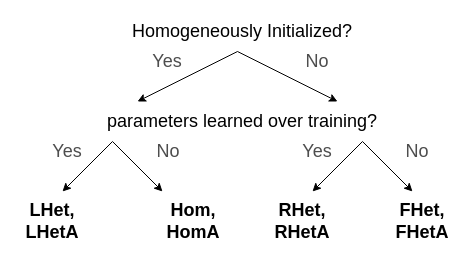
Earlier version of the draw.io diagram models/results/paper_figures/modeltypes_schematic.drawio (AllenInstitute/GLIFS_ASC). Source tidied: cells renumbered, new cells numbered last; positions are measured from the earlier drawing's top-left corner, leaving out a move shared by most shapes. Both pictures are drawn from the tidied source at 100%, with x=0, y=0 at pixel (32, 21).
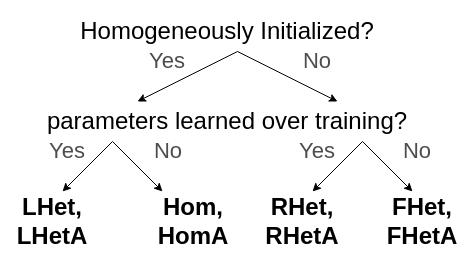
Above is the later version.

Change to the diagram source:
```diff
@@
-    <mxCell id="2" value="Homogeneously Initialized?" style="text;html=1;strokeColor=none;fillColor=none;align=center;verticalAlign=middle;whiteSpace=wrap;rounded=0;fontSize=18;fontStyle=0;" parent="1" vertex="1">
-      <mxGeometry x="65" width="290" height="20" as="geometry" />
+    <mxCell id="2" value="Homogeneously Initialized?" style="text;html=1;strokeColor=none;fillColor=none;align=center;verticalAlign=middle;whiteSpace=wrap;rounded=0;fontSize=24;fontStyle=0;" parent="1" vertex="1">
+      <mxGeometry x="10" width="370" height="20" as="geometry" />
     </mxCell>
-    <mxCell id="3" style="endArrow=classic;html=1;fontSize=18;" parent="1" edge="1">
+    <mxCell id="3" style="endArrow=classic;html=1;fontSize=24;" parent="1" edge="1">
       <mxGeometry relative="1" as="geometry">
         <mxPoint x="205" y="30" as="sourcePoint" />
         <mxPoint x="305" y="80" as="targetPoint" />
       </mxGeometry>
     </mxCell>
-    <mxCell id="4" style="endArrow=classic;html=1;fontSize=18;" parent="1" edge="1">
+    <mxCell id="4" style="endArrow=classic;html=1;fontSize=24;" parent="1" edge="1">
       <mxGeometry relative="1" as="geometry">
         <mxPoint x="205" y="30" as="sourcePoint" />
         <mxPoint x="105" y="80" as="targetPoint" />
       </mxGeometry>
     </mxCell>
-    <mxCell id="5" value="parameters learned over training?" style="text;html=1;strokeColor=none;fillColor=none;align=center;verticalAlign=middle;whiteSpace=wrap;rounded=0;fontSize=18;fontStyle=0;" parent="1" vertex="1">
-      <mxGeometry x="65" y="90" width="290" height="20" as="geometry" />
+    <mxCell id="5" value="parameters learned over training?" style="text;html=1;strokeColor=none;fillColor=none;align=center;verticalAlign=middle;whiteSpace=wrap;rounded=0;fontSize=24;fontStyle=0;" parent="1" vertex="1">
+      <mxGeometry x="5" y="90" width="380" height="20" as="geometry" />
     </mxCell>
-    <mxCell id="6" value="Yes" style="text;html=1;strokeColor=none;fillColor=none;align=center;verticalAlign=middle;whiteSpace=wrap;rounded=0;fontSize=18;fontColor=#4D4D4D;" parent="1" vertex="1">
+    <mxCell id="6" value="Yes" style="text;html=1;strokeColor=none;fillColor=none;align=center;verticalAlign=middle;whiteSpace=wrap;rounded=0;fontSize=22;fontColor=#4D4D4D;" parent="1" vertex="1">
       <mxGeometry x="115" y="30" width="40" height="20" as="geometry" />
     </mxCell>
-    <mxCell id="7" value="No" style="text;html=1;strokeColor=none;fillColor=none;align=center;verticalAlign=middle;whiteSpace=wrap;rounded=0;fontSize=18;fontColor=#4D4D4D;" parent="1" vertex="1">
+    <mxCell id="7" value="No" style="text;html=1;strokeColor=none;fillColor=none;align=center;verticalAlign=middle;whiteSpace=wrap;rounded=0;fontSize=22;fontColor=#4D4D4D;" parent="1" vertex="1">
       <mxGeometry x="265" y="30" width="40" height="20" as="geometry" />
     </mxCell>
-    <mxCell id="8" style="endArrow=classic;html=1;fontSize=18;" parent="1" edge="1">
+    <mxCell id="8" style="endArrow=classic;html=1;fontSize=24;" parent="1" edge="1">
       <mxGeometry relative="1" as="geometry">
         <mxPoint x="80" y="120" as="sourcePoint" />
         <mxPoint x="130" y="170" as="targetPoint" />
       </mxGeometry>
     </mxCell>
-    <mxCell id="9" style="endArrow=classic;html=1;fontSize=18;" parent="1" edge="1">
+    <mxCell id="9" style="endArrow=classic;html=1;fontSize=24;" parent="1" edge="1">
       <mxGeometry relative="1" as="geometry">
         <mxPoint x="80" y="120" as="sourcePoint" />
         <mxPoint x="30" y="170" as="targetPoint" />
       </mxGeometry>
     </mxCell>
-    <mxCell id="10" value="Yes" style="text;html=1;strokeColor=none;fillColor=none;align=center;verticalAlign=middle;whiteSpace=wrap;rounded=0;fontSize=18;fontColor=#4D4D4D;" parent="1" vertex="1">
+    <mxCell id="10" value="Yes" style="text;html=1;strokeColor=none;fillColor=none;align=center;verticalAlign=middle;whiteSpace=wrap;rounded=0;fontSize=22;fontColor=#4D4D4D;" parent="1" vertex="1">
       <mxGeometry x="15" y="120" width="40" height="20" as="geometry" />
     </mxCell>
-    <mxCell id="11" value="No" style="text;html=1;strokeColor=none;fillColor=none;align=center;verticalAlign=middle;whiteSpace=wrap;rounded=0;fontSize=18;fontColor=#4D4D4D;" parent="1" vertex="1">
+    <mxCell id="11" value="No" style="text;html=1;strokeColor=none;fillColor=none;align=center;verticalAlign=middle;whiteSpace=wrap;rounded=0;fontSize=22;fontColor=#4D4D4D;" parent="1" vertex="1">
       <mxGeometry x="116" y="120" width="40" height="20" as="geometry" />
     </mxCell>
-    <mxCell id="12" style="endArrow=classic;html=1;fontSize=18;" parent="1" edge="1">
+    <mxCell id="12" style="endArrow=classic;html=1;fontSize=24;" parent="1" edge="1">
       <mxGeometry relative="1" as="geometry">
         <mxPoint x="330" y="120" as="sourcePoint" />
         <mxPoint x="380" y="170" as="targetPoint" />
       </mxGeometry>
     </mxCell>
-    <mxCell id="13" style="endArrow=classic;html=1;fontSize=18;" parent="1" edge="1">
+    <mxCell id="13" style="endArrow=classic;html=1;fontSize=24;" parent="1" edge="1">
       <mxGeometry relative="1" as="geometry">
         <mxPoint x="330" y="120" as="sourcePoint" />
         <mxPoint x="280" y="170" as="targetPoint" />
       </mxGeometry>
     </mxCell>
-    <mxCell id="14" value="Yes" style="text;html=1;strokeColor=none;fillColor=none;align=center;verticalAlign=middle;whiteSpace=wrap;rounded=0;fontSize=18;fontColor=#4D4D4D;" parent="1" vertex="1">
+    <mxCell id="14" value="Yes" style="text;html=1;strokeColor=none;fillColor=none;align=center;verticalAlign=middle;whiteSpace=wrap;rounded=0;fontSize=22;fontColor=#4D4D4D;" parent="1" vertex="1">
       <mxGeometry x="265" y="120" width="40" height="20" as="geometry" />
     </mxCell>
-    <mxCell id="15" value="No" style="text;html=1;strokeColor=none;fillColor=none;align=center;verticalAlign=middle;whiteSpace=wrap;rounded=0;fontSize=18;fontColor=#4D4D4D;" parent="1" vertex="1">
+    <mxCell id="15" value="No" style="text;html=1;strokeColor=none;fillColor=none;align=center;verticalAlign=middle;whiteSpace=wrap;rounded=0;fontSize=22;fontColor=#4D4D4D;" parent="1" vertex="1">
       <mxGeometry x="365" y="120" width="40" height="20" as="geometry" />
     </mxCell>
-    <mxCell id="16" value="LHet, LHetA" style="text;html=1;strokeColor=none;fillColor=none;align=center;verticalAlign=middle;whiteSpace=wrap;rounded=0;fontSize=18;fontStyle=1;" parent="1" vertex="1">
+    <mxCell id="16" value="LHet, LHetA" style="text;html=1;strokeColor=none;fillColor=none;align=center;verticalAlign=middle;whiteSpace=wrap;rounded=0;fontSize=24;fontStyle=1;" parent="1" vertex="1">
       <mxGeometry y="190" width="40" height="20" as="geometry" />
     </mxCell>
-    <mxCell id="17" value="Hom, HomA" style="text;html=1;strokeColor=none;fillColor=none;align=center;verticalAlign=middle;whiteSpace=wrap;rounded=0;fontSize=18;fontStyle=1;" parent="1" vertex="1">
+    <mxCell id="17" value="Hom, HomA" style="text;html=1;strokeColor=none;fillColor=none;align=center;verticalAlign=middle;whiteSpace=wrap;rounded=0;fontSize=24;fontStyle=1;" parent="1" vertex="1">
       <mxGeometry x="141" y="190" width="40" height="20" as="geometry" />
     </mxCell>
-    <mxCell id="18" value="RHet, RHetA" style="text;html=1;strokeColor=none;fillColor=none;align=center;verticalAlign=middle;whiteSpace=wrap;rounded=0;fontSize=18;fontStyle=1;" parent="1" vertex="1">
+    <mxCell id="18" value="RHet, RHetA" style="text;html=1;strokeColor=none;fillColor=none;align=center;verticalAlign=middle;whiteSpace=wrap;rounded=0;fontSize=24;fontStyle=1;" parent="1" vertex="1">
       <mxGeometry x="250" y="190" width="40" height="20" as="geometry" />
     </mxCell>
-    <mxCell id="19" value="FHet, FHetA" style="text;html=1;strokeColor=none;fillColor=none;align=center;verticalAlign=middle;whiteSpace=wrap;rounded=0;fontSize=18;fontStyle=1;" parent="1" vertex="1">
+    <mxCell id="19" value="FHet, FHetA" style="text;html=1;strokeColor=none;fillColor=none;align=center;verticalAlign=middle;whiteSpace=wrap;rounded=0;fontSize=24;fontStyle=1;" parent="1" vertex="1">
       <mxGeometry x="370" y="190" width="40" height="20" as="geometry" />
     </mxCell>
```
